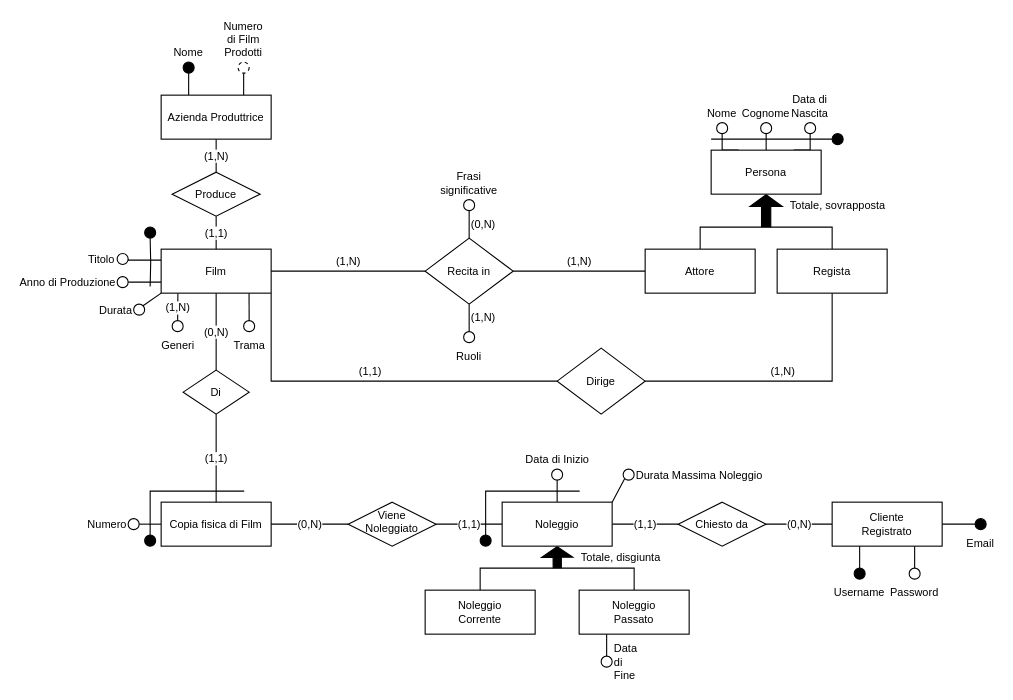
Earlier version of the draw.io diagram page "ER" (2 of 3) of ER.drawio (lazylace37/uni_basi_di_dati_lab). Source tidied: cells renumbered, new cells numbered last; positions are measured from the earlier drawing's top-left corner, leaving out a move shared by most shapes. Both pictures are drawn from the tidied source at 110%, with x=0, y=0 at pixel (117, 62).
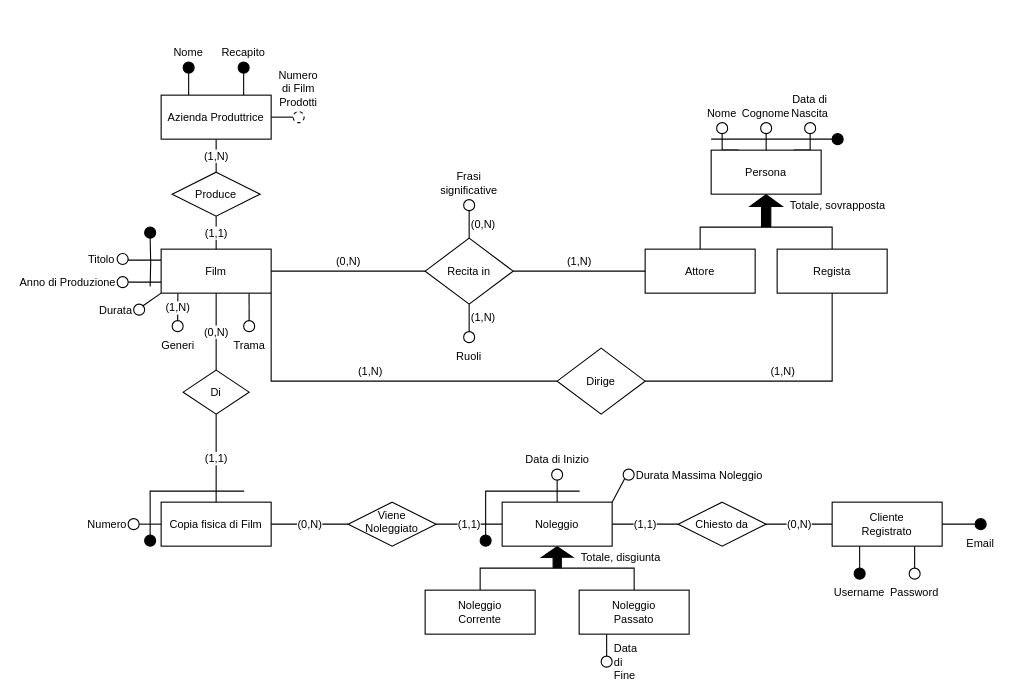
The same diagram, later.

The change refers to these unchanged cells:
```xml
<mxCell id="5" value="Film" style="whiteSpace=wrap;html=1;align=center;fontSize=10;" parent="1" vertex="1">
  <mxGeometry x="40" y="170" width="100" height="40" as="geometry" />
</mxCell>
<mxCell id="10" value="Recita in" style="shape=rhombus;perimeter=rhombusPerimeter;whiteSpace=wrap;html=1;align=center;fontSize=10;" parent="1" vertex="1">
  <mxGeometry x="280" y="160" width="80" height="60" as="geometry" />
</mxCell>
<mxCell id="20" value="Dirige" style="shape=rhombus;perimeter=rhombusPerimeter;whiteSpace=wrap;html=1;align=center;fontSize=10;" parent="1" vertex="1">
  <mxGeometry x="400" y="260" width="80" height="60" as="geometry" />
</mxCell>
<mxCell id="24" value="Azienda Produttrice" style="whiteSpace=wrap;html=1;align=center;fontSize=10;" parent="1" vertex="1">
  <mxGeometry x="40" y="30" width="100" height="40" as="geometry" />
</mxCell>
```

The edit, as a diff of the source:
```diff
@@
-    <mxCell id="9" value="(1&lt;span style=&quot;background-color: light-dark(#ffffff, var(--ge-dark-color, #121212)); color: light-dark(rgb(0, 0, 0), rgb(255, 255, 255));&quot;&gt;,N)&lt;/span&gt;" style="edgeStyle=none;shape=connector;rounded=0;jettySize=auto;html=1;entryX=1;entryY=0.5;entryDx=0;entryDy=0;strokeColor=default;align=center;verticalAlign=bottom;fontFamily=Helvetica;fontSize=10;fontColor=default;labelBackgroundColor=default;endArrow=none;endFill=0;labelPosition=center;verticalLabelPosition=top;" parent="1" edge="1" source="10" target="5">
+    <mxCell id="9" value="(0&lt;span style=&quot;background-color: light-dark(#ffffff, var(--ge-dark-color, #121212)); color: light-dark(rgb(0, 0, 0), rgb(255, 255, 255));&quot;&gt;,N)&lt;/span&gt;" style="edgeStyle=none;shape=connector;rounded=0;jettySize=auto;html=1;entryX=1;entryY=0.5;entryDx=0;entryDy=0;strokeColor=default;align=center;verticalAlign=bottom;fontFamily=Helvetica;fontSize=10;fontColor=default;labelBackgroundColor=default;endArrow=none;endFill=0;labelPosition=center;verticalLabelPosition=top;" parent="1" edge="1" source="10" target="5">
       <mxGeometry relative="1" as="geometry" />
     </mxCell>
@@
-    <mxCell id="19" value="(1,1)" style="shape=connector;rounded=0;jettySize=auto;html=1;entryX=1;entryY=1;entryDx=0;entryDy=0;strokeColor=default;align=center;verticalAlign=bottom;fontFamily=Helvetica;fontSize=10;fontColor=default;labelBackgroundColor=default;endArrow=none;endFill=0;edgeStyle=elbowEdgeStyle;elbow=vertical;" parent="1" edge="1" source="20" target="5">
+    <mxCell id="19" value="(1,N)" style="shape=connector;rounded=0;jettySize=auto;html=1;entryX=1;entryY=1;entryDx=0;entryDy=0;strokeColor=default;align=center;verticalAlign=bottom;fontFamily=Helvetica;fontSize=10;fontColor=default;labelBackgroundColor=default;endArrow=none;endFill=0;edgeStyle=elbowEdgeStyle;elbow=vertical;" parent="1" edge="1" source="20" target="5">
       <mxGeometry relative="1" as="geometry">
         <Array as="points">
           <mxPoint x="170" y="290" />
         </Array>
       </mxGeometry>
     </mxCell>
@@
-    <mxCell id="23" style="edgeStyle=none;shape=connector;rounded=0;jettySize=auto;html=1;exitX=0.75;exitY=0;exitDx=0;exitDy=0;entryX=0.5;entryY=1;entryDx=0;entryDy=0;strokeColor=default;align=center;verticalAlign=bottom;fontFamily=Helvetica;fontSize=11;fontColor=default;labelBackgroundColor=default;endArrow=none;endFill=0;labelPosition=center;verticalLabelPosition=top;" parent="1" edge="1" source="24" target="58">
+    <mxCell id="23" style="edgeStyle=none;shape=connector;rounded=0;jettySize=auto;html=1;exitX=1;exitY=0.5;exitDx=0;exitDy=0;entryX=0;entryY=0.5;entryDx=0;entryDy=0;strokeColor=default;align=center;verticalAlign=bottom;fontFamily=Helvetica;fontSize=11;fontColor=default;labelBackgroundColor=default;endArrow=none;endFill=0;labelPosition=center;verticalLabelPosition=top;" parent="1" edge="1" source="24" target="58">
       <mxGeometry relative="1" as="geometry" />
     </mxCell>
+    <mxCell id="80" style="edgeStyle=orthogonalEdgeStyle;rounded=0;jettySize=auto;html=1;exitX=0.75;exitY=0;exitDx=0;exitDy=0;entryX=0.5;entryY=1;entryDx=0;entryDy=0;endArrow=none;endFill=0;" parent="1" edge="1" source="24" target="81">
+      <mxGeometry relative="1" as="geometry" />
+    </mxCell>
@@
     <mxCell id="58" value="Numero di Film Prodotti" style="ellipse;whiteSpace=wrap;html=1;align=center;labelPosition=center;verticalLabelPosition=top;verticalAlign=bottom;fillColor=default;dashed=1;fontSize=10;" parent="1" vertex="1">
-      <mxGeometry x="110" width="10" height="10" as="geometry" />
+      <mxGeometry x="160" y="45" width="10" height="10" as="geometry" />
     </mxCell>
@@
+    <mxCell id="81" value="Recapito" style="ellipse;whiteSpace=wrap;html=1;align=center;labelPosition=center;verticalLabelPosition=top;verticalAlign=bottom;fillColor=#000000;fontSize=10;" parent="1" vertex="1">
+      <mxGeometry x="110" width="10" height="10" as="geometry" />
+    </mxCell>
```
